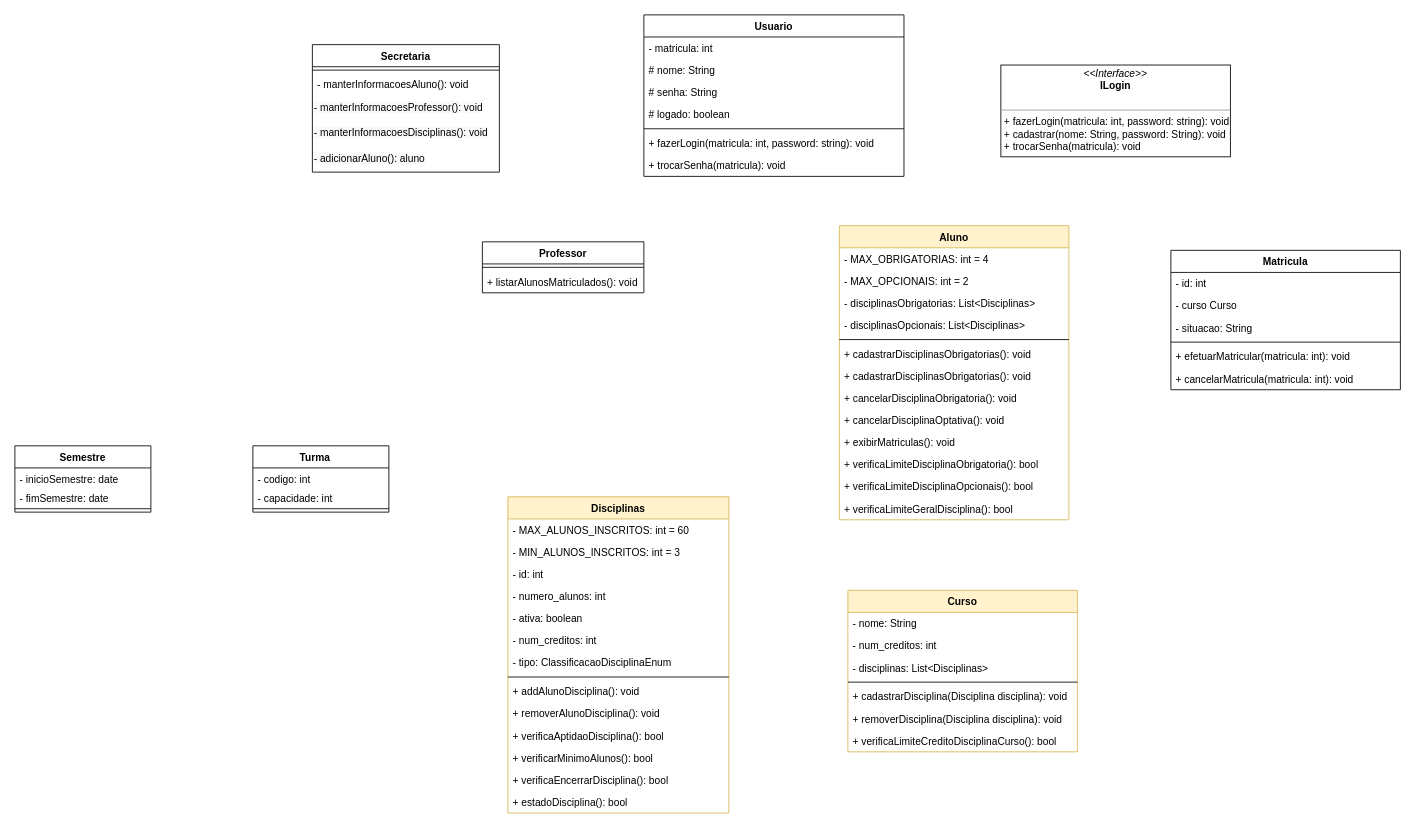
joeyclapton/projeto keeps this draw.io diagram as Diagrama de Classes Sistema de Matrículas.drawio. Above is the earlier version. Source tidied: cells renumbered, new cells numbered last; positions are measured from the earlier drawing's top-left corner, leaving out a move shared by most shapes. Both pictures are drawn from the tidied source at 85%, with x=0, y=0 at pixel (14, 14).
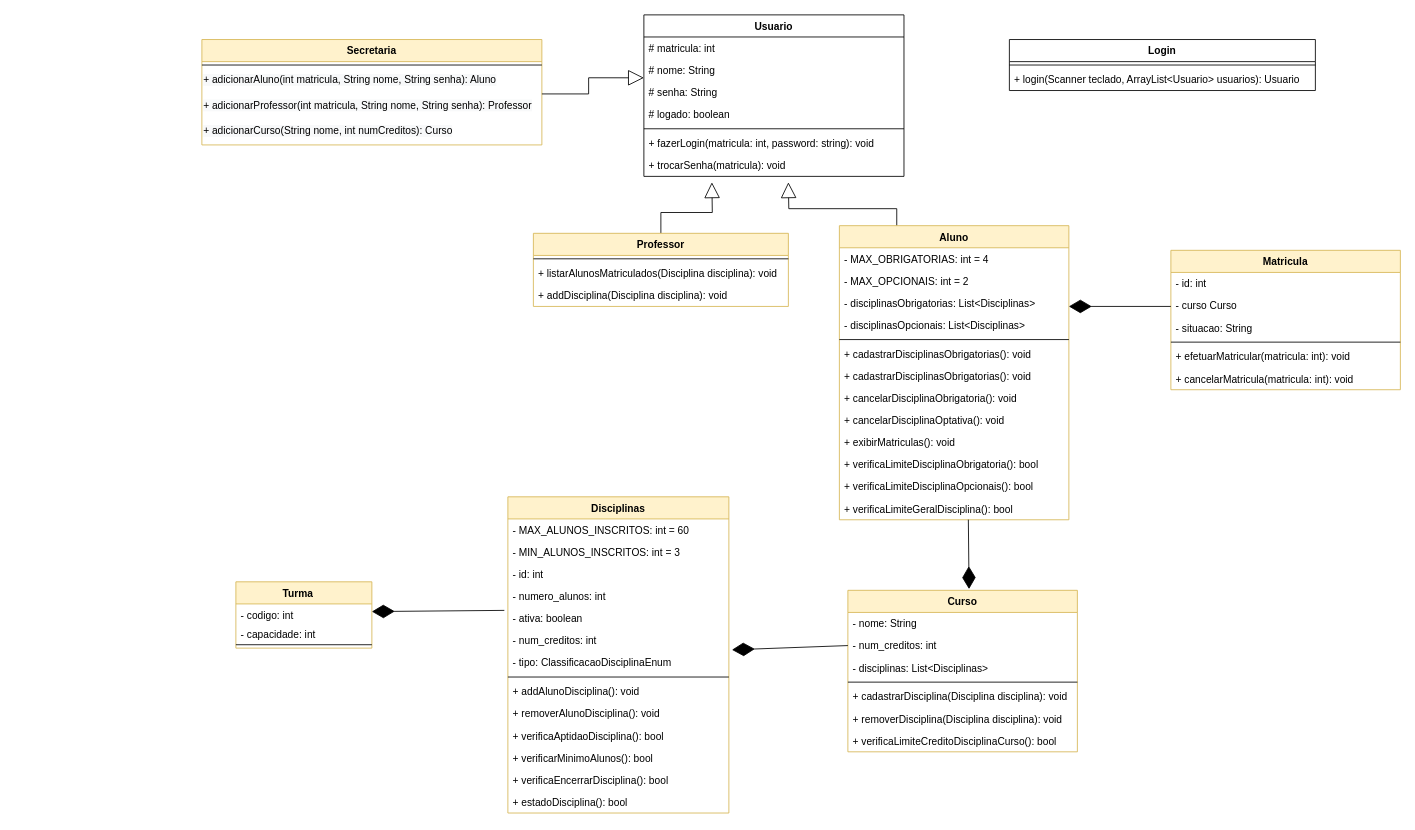
After the change.

The change refers to these unchanged cells:
```xml
<mxCell id="2" value="Usuario" style="swimlane;fontStyle=1;align=center;verticalAlign=top;horizontal=1;startSize=26;" parent="1" vertex="1">
  <mxGeometry x="740" width="306" height="190" as="geometry" />
</mxCell>
<mxCell id="4" value="# nome: String" style="text;strokeColor=none;fillColor=none;align=left;verticalAlign=top;spacingLeft=4;spacingRight=4;overflow=hidden;points=[[0,0.5],[1,0.5]];portConstraint=eastwest;" parent="2" vertex="1">
  <mxGeometry y="52" width="306" height="26" as="geometry" />
</mxCell>
<mxCell id="13" value="Aluno" style="swimlane;fontStyle=1;align=center;verticalAlign=top;horizontal=1;startSize=26;fillColor=#fff2cc;strokeColor=#d6b656;" parent="1" vertex="1">
  <mxGeometry x="970" y="248" width="270" height="346" as="geometry" />
</mxCell>
<mxCell id="26" value="+ verificaLimiteGeralDisciplina(): bool" style="text;strokeColor=none;fillColor=none;align=left;verticalAlign=top;spacingLeft=4;spacingRight=4;overflow=hidden;points=[[0,0.5],[1,0.5]];portConstraint=eastwest;" parent="13" vertex="1">
  <mxGeometry y="320" width="270" height="26" as="geometry" />
</mxCell>
<mxCell id="33" value="Curso" style="swimlane;fontStyle=1;align=center;verticalAlign=top;horizontal=1;startSize=26;fillColor=#fff2cc;strokeColor=#d6b656;" parent="1" vertex="1">
  <mxGeometry x="980" y="677" width="270" height="190" as="geometry" />
</mxCell>
<mxCell id="35" value="- num_creditos: int" style="text;strokeColor=none;fillColor=none;align=left;verticalAlign=top;spacingLeft=4;spacingRight=4;overflow=hidden;points=[[0,0.5],[1,0.5]];portConstraint=eastwest;" parent="33" vertex="1">
  <mxGeometry y="52" width="270" height="26" as="geometry" />
</mxCell>
<mxCell id="62" value="- ativa: boolean" style="text;strokeColor=none;fillColor=none;align=left;verticalAlign=top;spacingLeft=4;spacingRight=4;overflow=hidden;points=[[0,0.5],[1,0.5]];portConstraint=eastwest;" parent="57" vertex="1">
  <mxGeometry y="130" width="260" height="26" as="geometry" />
</mxCell>
<mxCell id="64" value="- tipo: ClassificacaoDisciplinaEnum" style="text;strokeColor=none;fillColor=none;align=left;verticalAlign=top;spacingLeft=4;spacingRight=4;overflow=hidden;points=[[0,0.5],[1,0.5]];portConstraint=eastwest;" parent="57" vertex="1">
  <mxGeometry y="182" width="260" height="26" as="geometry" />
</mxCell>
```

The edit, as a diff of the source:
```diff
@@
-    <mxCell id="3" value="- matricula: int" style="text;strokeColor=none;fillColor=none;align=left;verticalAlign=top;spacingLeft=4;spacingRight=4;overflow=hidden;" parent="2" vertex="1">
+    <mxCell id="3" value="# matricula: int" style="text;strokeColor=none;fillColor=none;align=left;verticalAlign=top;spacingLeft=4;spacingRight=4;overflow=hidden;" parent="2" vertex="1">
       <mxGeometry y="26" width="306" height="26" as="geometry" />
     </mxCell>
@@
+    <mxCell id="72" style="edgeStyle=orthogonalEdgeStyle;rounded=0;jettySize=auto;html=1;exitX=0.5;exitY=0;exitDx=0;exitDy=0;endArrow=block;endFill=0;endSize=16;" parent="1" edge="1" source="10">
+      <mxGeometry relative="1" as="geometry">
+        <mxPoint x="820" y="197" as="targetPoint" />
+      </mxGeometry>
+    </mxCell>
-    <mxCell id="10" value="Professor" style="swimlane;fontStyle=1;align=center;verticalAlign=top;horizontal=1;startSize=26;" parent="1" vertex="1">
-      <mxGeometry x="550" y="267" width="190" height="60" as="geometry" />
+    <mxCell id="10" value="Professor" style="swimlane;fontStyle=1;align=center;verticalAlign=top;horizontal=1;startSize=26;fillColor=#fff2cc;strokeColor=#d6b656;" parent="1" vertex="1">
+      <mxGeometry x="610" y="257" width="300" height="86" as="geometry" />
     </mxCell>
     <mxCell id="11" style="line;strokeWidth=1;fillColor=none;align=left;verticalAlign=middle;spacingTop=-1;spacingLeft=3;spacingRight=3;labelPosition=right;" parent="10" vertex="1">
-      <mxGeometry y="26" width="190" height="8" as="geometry" />
+      <mxGeometry y="26" width="300" height="8" as="geometry" />
     </mxCell>
-    <mxCell id="12" value="+ listarAlunosMatriculados(): void" style="text;strokeColor=none;fillColor=none;align=left;verticalAlign=top;spacingLeft=4;spacingRight=4;overflow=hidden;" parent="10" vertex="1">
-      <mxGeometry y="34" width="190" height="26" as="geometry" />
+    <mxCell id="12" value="+ listarAlunosMatriculados(Disciplina disciplina): void" style="text;strokeColor=none;fillColor=none;align=left;verticalAlign=top;spacingLeft=4;spacingRight=4;overflow=hidden;" parent="10" vertex="1">
+      <mxGeometry y="34" width="300" height="26" as="geometry" />
     </mxCell>
+    <mxCell id="73" value="+ addDisciplina(Disciplina disciplina): void" style="text;strokeColor=none;fillColor=none;align=left;verticalAlign=top;spacingLeft=4;spacingRight=4;overflow=hidden;" parent="10" vertex="1">
+      <mxGeometry y="60" width="300" height="26" as="geometry" />
+    </mxCell>
+    <mxCell id="74" style="edgeStyle=orthogonalEdgeStyle;rounded=0;jettySize=auto;html=1;exitX=0.25;exitY=0;exitDx=0;exitDy=0;endArrow=block;endFill=0;endSize=16;" parent="1" edge="1" source="13">
+      <mxGeometry relative="1" as="geometry">
+        <mxPoint x="910" y="197" as="targetPoint" />
+      </mxGeometry>
+    </mxCell>
@@
-    <mxCell id="27" value="Secretaria" style="swimlane;fontStyle=1;align=center;verticalAlign=top;horizontal=1;startSize=26;" parent="1" vertex="1">
-      <mxGeometry x="350" y="35" width="220" height="150" as="geometry" />
+    <mxCell id="27" value="Secretaria" style="swimlane;fontStyle=1;align=center;verticalAlign=top;horizontal=1;startSize=26;fillColor=#fff2cc;strokeColor=#d6b656;" parent="1" vertex="1">
+      <mxGeometry x="220" y="29" width="400" height="124" as="geometry" />
     </mxCell>
     <mxCell id="28" style="line;strokeWidth=1;fillColor=none;align=left;verticalAlign=middle;spacingTop=-1;spacingLeft=3;spacingRight=3;labelPosition=right;" parent="27" vertex="1">
-      <mxGeometry y="26" width="220" height="8" as="geometry" />
+      <mxGeometry y="26" width="400" height="8" as="geometry" />
     </mxCell>
-    <mxCell id="29" value="- manterInformacoesAluno(): void" style="text;strokeColor=none;fillColor=none;align=left;verticalAlign=top;spacingLeft=4;spacingRight=4;overflow=hidden;" parent="27" vertex="1">
-      <mxGeometry y="34" width="220" height="26" as="geometry" />
-    </mxCell>
-    <mxCell id="30" value="&lt;span style=&quot;color: rgb(0 , 0 , 0) ; font-family: &amp;#34;helvetica&amp;#34; ; font-size: 12px ; font-style: normal ; font-weight: 400 ; letter-spacing: normal ; text-align: left ; text-indent: 0px ; text-transform: none ; word-spacing: 0px ; background-color: rgb(248 , 249 , 250) ; display: inline ; float: none&quot;&gt;- manterInformacoesProfessor(): void&lt;/span&gt;" style="text;whiteSpace=wrap;html=1;" parent="27" vertex="1">
-      <mxGeometry y="60" width="220" height="30" as="geometry" />
-    </mxCell>
-    <mxCell id="31" value="&lt;span style=&quot;color: rgb(0 , 0 , 0) ; font-family: &amp;#34;helvetica&amp;#34; ; font-size: 12px ; font-style: normal ; font-weight: 400 ; letter-spacing: normal ; text-align: left ; text-indent: 0px ; text-transform: none ; word-spacing: 0px ; background-color: rgb(248 , 249 , 250) ; display: inline ; float: none&quot;&gt;- manterInformacoesDisciplinas(): void&lt;/span&gt;" style="text;whiteSpace=wrap;html=1;" parent="27" vertex="1">
-      <mxGeometry y="90" width="220" height="30" as="geometry" />
-    </mxCell>
-    <mxCell id="32" value="&lt;span style=&quot;color: rgb(0 , 0 , 0) ; font-family: &amp;#34;helvetica&amp;#34; ; font-size: 12px ; font-style: normal ; font-weight: 400 ; letter-spacing: normal ; text-align: left ; text-indent: 0px ; text-transform: none ; word-spacing: 0px ; background-color: rgb(248 , 249 , 250) ; display: inline ; float: none&quot;&gt;- adicionarAluno(): aluno&lt;/span&gt;" style="text;whiteSpace=wrap;html=1;" parent="27" vertex="1">
-      <mxGeometry y="120" width="220" height="30" as="geometry" />
+    <mxCell id="32" value="&lt;span style=&quot;color: rgb(0 , 0 , 0) ; font-family: &amp;#34;helvetica&amp;#34; ; font-size: 12px ; font-style: normal ; font-weight: 400 ; letter-spacing: normal ; text-align: left ; text-indent: 0px ; text-transform: none ; word-spacing: 0px ; background-color: rgb(248 , 249 , 250) ; display: inline ; float: none&quot;&gt;+ adicionarAluno(int matricula, String nome, String senha): Aluno&lt;/span&gt;" style="text;whiteSpace=wrap;html=1;" parent="27" vertex="1">
+      <mxGeometry y="34" width="400" height="30" as="geometry" />
     </mxCell>
+    <mxCell id="75" value="&lt;span style=&quot;color: rgb(0 , 0 , 0) ; font-family: &amp;#34;helvetica&amp;#34; ; font-size: 12px ; font-style: normal ; font-weight: 400 ; letter-spacing: normal ; text-align: left ; text-indent: 0px ; text-transform: none ; word-spacing: 0px ; background-color: rgb(248 , 249 , 250) ; display: inline ; float: none&quot;&gt;+ adicionarProfessor(int matricula, String nome, String senha): Professor&lt;/span&gt;" style="text;whiteSpace=wrap;html=1;" parent="27" vertex="1">
+      <mxGeometry y="64" width="400" height="30" as="geometry" />
+    </mxCell>
+    <mxCell id="76" value="&lt;span style=&quot;color: rgb(0 , 0 , 0) ; font-family: &amp;#34;helvetica&amp;#34; ; font-size: 12px ; font-style: normal ; font-weight: 400 ; letter-spacing: normal ; text-align: left ; text-indent: 0px ; text-transform: none ; word-spacing: 0px ; background-color: rgb(248 , 249 , 250) ; display: inline ; float: none&quot;&gt;+ adicionarCurso(String nome, int numCreditos): Curso&lt;/span&gt;" style="text;whiteSpace=wrap;html=1;" parent="27" vertex="1">
+      <mxGeometry y="94" width="400" height="30" as="geometry" />
+    </mxCell>
@@
-    <mxCell id="41" value="Matricula" style="swimlane;fontStyle=1;align=center;verticalAlign=top;horizontal=1;startSize=26;" parent="1" vertex="1">
+    <mxCell id="41" value="Matricula" style="swimlane;fontStyle=1;align=center;verticalAlign=top;horizontal=1;startSize=26;fillColor=#fff2cc;strokeColor=#d6b656;" parent="1" vertex="1">
       <mxGeometry x="1360" y="277" width="270" height="164" as="geometry" />
     </mxCell>
@@
-    <mxCell id="48" value="Turma    " style="swimlane;fontStyle=1;align=center;verticalAlign=top;horizontal=1;startSize=26;" parent="1" vertex="1">
-      <mxGeometry x="280" y="507" width="160" height="78" as="geometry" />
+    <mxCell id="48" value="Turma    " style="swimlane;fontStyle=1;align=center;verticalAlign=top;horizontal=1;startSize=26;fillColor=#fff2cc;strokeColor=#d6b656;" parent="1" vertex="1">
+      <mxGeometry x="260" y="667" width="160" height="78" as="geometry" />
     </mxCell>
@@
-    <mxCell id="52" value="&lt;p style=&quot;margin: 0px ; margin-top: 4px ; text-align: center&quot;&gt;&lt;i&gt;&amp;lt;&amp;lt;Interface&amp;gt;&amp;gt;&lt;/i&gt;&lt;br&gt;&lt;b&gt;ILogin&lt;/b&gt;&lt;/p&gt;&lt;p style=&quot;margin: 0px ; margin-left: 4px&quot;&gt;&lt;br&gt;&lt;/p&gt;&lt;hr size=&quot;1&quot;&gt;&lt;p style=&quot;margin: 0px ; margin-left: 4px&quot;&gt;+ fazerLogin(matricula: int, password: string): void&lt;br&gt;+ cadastrar(nome: String, password: String): void&lt;/p&gt;&lt;p style=&quot;margin: 0px ; margin-left: 4px&quot;&gt;+ trocarSenha(matricula): void&lt;br&gt;&lt;/p&gt;" style="verticalAlign=top;align=left;overflow=fill;fontSize=12;fontFamily=Helvetica;html=1;" parent="1" vertex="1">
-      <mxGeometry x="1160" y="59" width="270" height="108" as="geometry" />
-    </mxCell>
-    <mxCell id="53" value="Semestre" style="swimlane;fontStyle=1;align=center;verticalAlign=top;horizontal=1;startSize=26;" parent="1" vertex="1">
-      <mxGeometry y="507" width="160" height="78" as="geometry" />
-    </mxCell>
-    <mxCell id="54" value="- inicioSemestre: date" style="text;strokeColor=none;fillColor=none;align=left;verticalAlign=top;spacingLeft=4;spacingRight=4;overflow=hidden;" parent="53" vertex="1">
-      <mxGeometry y="26" width="160" height="22" as="geometry" />
-    </mxCell>
-    <mxCell id="55" value="- fimSemestre: date" style="text;strokeColor=none;fillColor=none;align=left;verticalAlign=top;spacingLeft=4;spacingRight=4;overflow=hidden;" parent="53" vertex="1">
-      <mxGeometry y="48" width="160" height="22" as="geometry" />
-    </mxCell>
-    <mxCell id="56" style="line;strokeWidth=1;fillColor=none;align=left;verticalAlign=middle;spacingTop=-1;spacingLeft=3;spacingRight=3;labelPosition=right;" parent="53" vertex="1">
-      <mxGeometry y="70" width="160" height="8" as="geometry" />
-    </mxCell>
@@
+    <mxCell id="77" value="Login" style="swimlane;fontStyle=1;align=center;verticalAlign=top;horizontal=1;startSize=26;" parent="1" vertex="1">
+      <mxGeometry x="1170" y="29" width="360" height="60" as="geometry" />
+    </mxCell>
+    <mxCell id="78" style="line;strokeWidth=1;fillColor=none;align=left;verticalAlign=middle;spacingTop=-1;spacingLeft=3;spacingRight=3;labelPosition=right;" parent="77" vertex="1">
+      <mxGeometry y="26" width="360" height="8" as="geometry" />
+    </mxCell>
+    <mxCell id="79" value="+ login(Scanner teclado, ArrayList&lt;Usuario&gt; usuarios): Usuario" style="text;strokeColor=none;fillColor=none;align=left;verticalAlign=top;spacingLeft=4;spacingRight=4;overflow=hidden;" parent="77" vertex="1">
+      <mxGeometry y="34" width="360" height="26" as="geometry" />
+    </mxCell>
+    <mxCell id="80" style="edgeStyle=orthogonalEdgeStyle;rounded=0;jettySize=auto;html=1;exitX=1;exitY=0;exitDx=0;exitDy=0;entryX=0;entryY=0.848;entryDx=0;entryDy=0;entryPerimeter=0;endArrow=block;endFill=0;endSize=16;" parent="1" edge="1" source="75" target="4">
+      <mxGeometry relative="1" as="geometry">
+        <Array as="points">
+          <mxPoint x="675" y="93" />
+          <mxPoint x="675" y="74" />
+        </Array>
+      </mxGeometry>
+    </mxCell>
+    <mxCell id="81" style="endArrow=diamondThin;endFill=1;endSize=24;html=1;entryX=1.014;entryY=-0.077;entryDx=0;entryDy=0;entryPerimeter=0;exitX=0;exitY=0.5;exitDx=0;exitDy=0;" parent="1" edge="1" source="35" target="64">
+      <mxGeometry relative="1" as="geometry" />
+    </mxCell>
+    <mxCell id="82" style="endArrow=diamondThin;endFill=1;endSize=24;html=1;entryX=1.014;entryY=-0.077;entryDx=0;entryDy=0;entryPerimeter=0;" parent="1" edge="1">
+      <mxGeometry relative="1" as="geometry">
+        <mxPoint x="1360" y="343" as="sourcePoint" />
+        <mxPoint x="1240" y="343" as="targetPoint" />
+      </mxGeometry>
+    </mxCell>
+    <mxCell id="83" style="endArrow=diamondThin;endFill=1;endSize=24;html=1;entryX=0.528;entryY=-0.008;entryDx=0;entryDy=0;entryPerimeter=0;exitX=0.562;exitY=0.994;exitDx=0;exitDy=0;exitPerimeter=0;" parent="1" edge="1" source="26" target="33">
+      <mxGeometry relative="1" as="geometry" />
+    </mxCell>
+    <mxCell id="84" style="endArrow=diamondThin;endFill=1;endSize=24;html=1;entryX=1.014;entryY=-0.077;entryDx=0;entryDy=0;entryPerimeter=0;exitX=-0.016;exitY=0.138;exitDx=0;exitDy=0;exitPerimeter=0;" parent="1" edge="1" source="62">
+      <mxGeometry relative="1" as="geometry">
+        <mxPoint x="420" y="702" as="targetPoint" />
+      </mxGeometry>
+    </mxCell>
```
